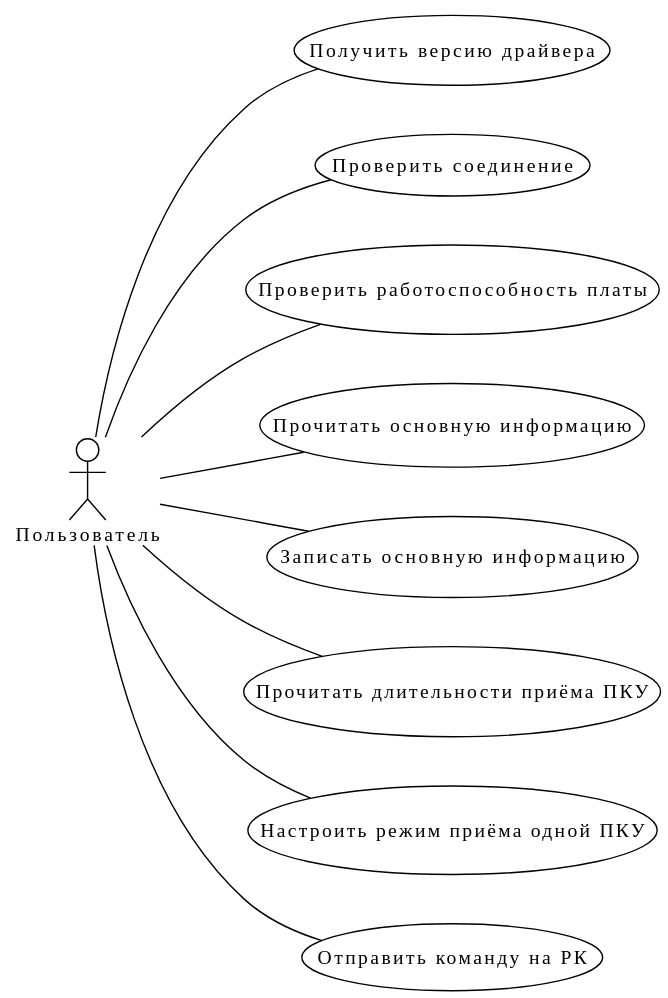
iFriZer0/practice2026 keeps this PlantUML diagram as pku/use_case_diagram/use_case.svg. Above is the earlier version.
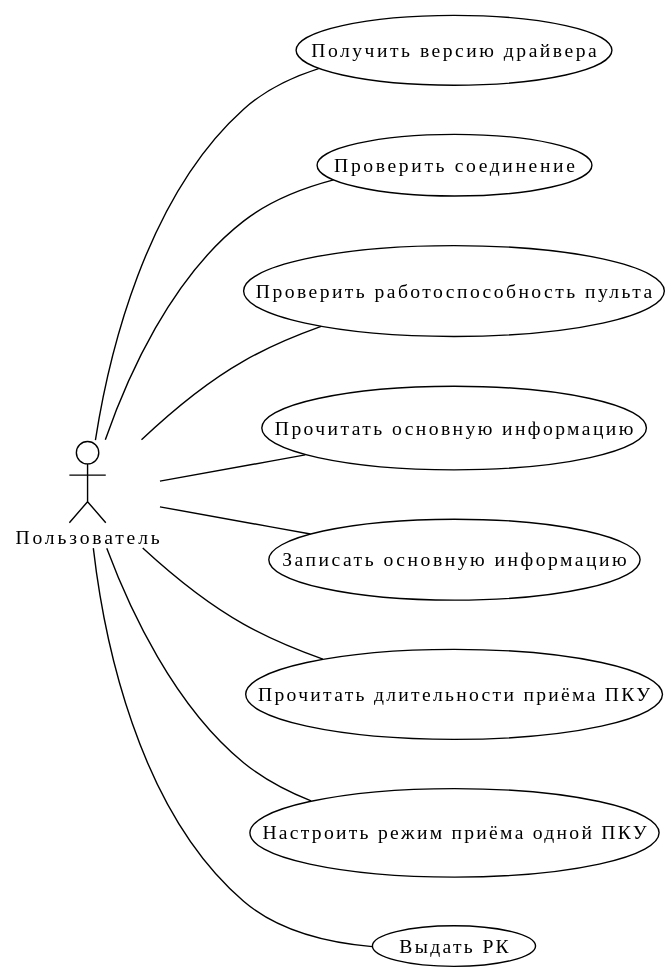
The same diagram one commit later.

Commit message:
Use-case diagram was clarified.

Change to the diagram source:
```diff
@@ -7,7 +7,7 @@
 
 usecase "Получить версию драйвера" as get_version
 usecase "Проверить соединение" as check_connection
-usecase "Проверить работоспособность платы" as get_hardware_status
+usecase "Проверить работоспособность пульта" as get_hardware_status
 
 usecase "Прочитать основную информацию" as read_main_info
 usecase "Записать основную информацию" as write_main_info
@@ -15,7 +15,7 @@
 usecase "Прочитать длительности приёма ПКУ" as read_pku
 usecase "Настроить режим приёма одной ПКУ" as set_pku_mode
 
-usecase "Отправить команду на РК" as send_rk_by_index
+usecase "Выдать РК" as send_rk_by_index
 
 user -- get_version
 user -- check_connection
```
